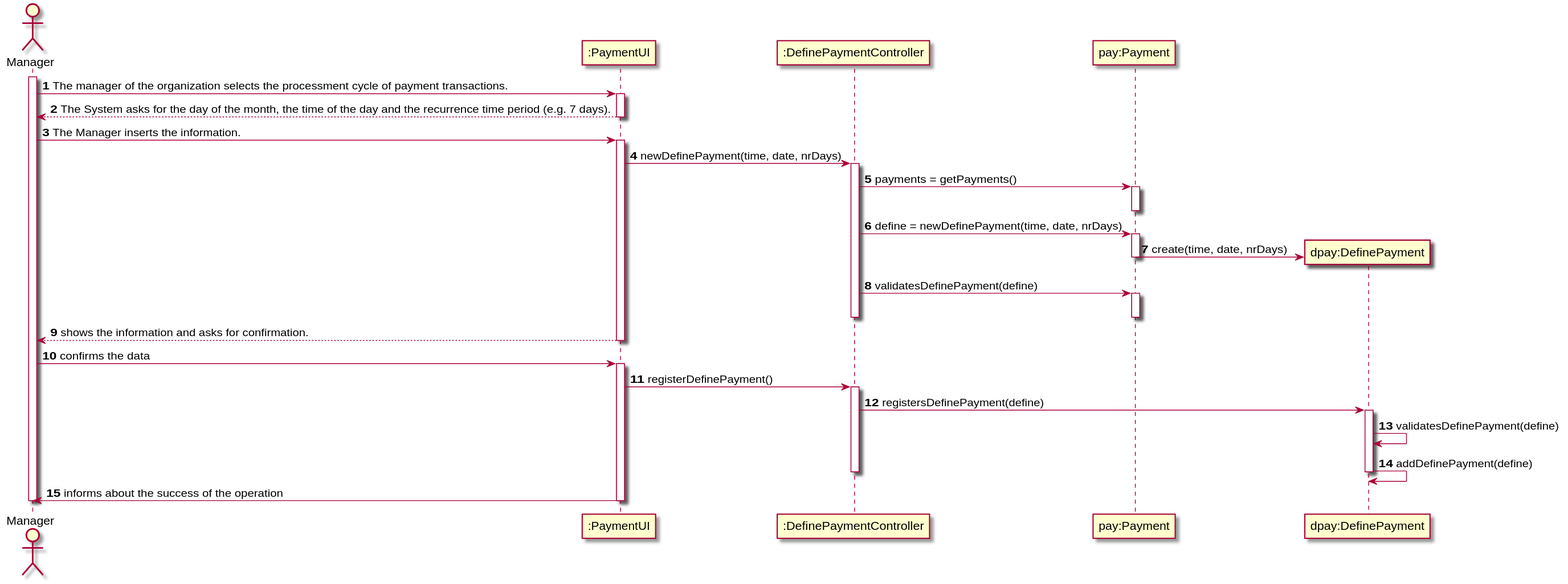
1190452/LAPR2 keeps this PlantUML diagram as docs/UC6 - Define Payment hour/UC6_SD.svg. Above is the earlier version.
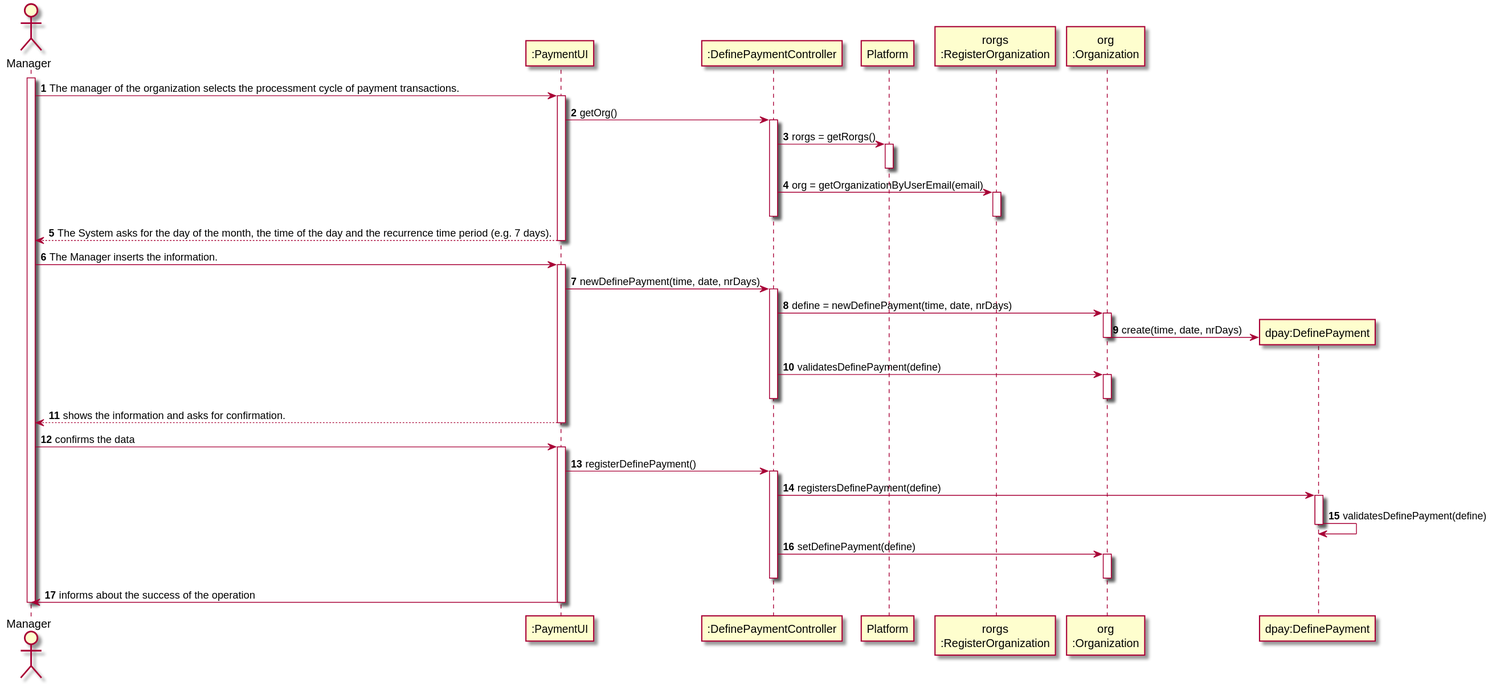
The same diagram one commit later.

What changed in the source:
```diff
@@ -4,13 +4,34 @@
 
 participant ":PaymentUI" as UI
 participant ":DefinePaymentController" as CTRL
-participant "pay:Payment" as PAY
+participant "Platform" as P
+participant "rorgs\n:RegisterOrganization" as RO
+participant "org\n:Organization" as O
 participant "dpay:DefinePayment" as DPAY
+
 
 
 activate ADM
 ADM -> UI : The manager of the organization selects the processment cycle of payment transactions.
 activate UI
+
+UI -> CTRL : getOrg()
+activate CTRL
+
+
+CTRL -> P : rorgs = getRorgs()
+activate P
+deactivate P
+
+
+CTRL -> RO : org = getOrganizationByUserEmail(email)
+activate RO
+deactivate RO
+
+
+
+deactivate CTRL
+
 UI --> ADM : The System asks for the day of the month, the time of the day and the recurrence time period (e.g. 7 days).
 deactivate UI
 
@@ -21,18 +42,14 @@
 activate CTRL
 
 
-CTRL -> PAY : payments = getPayments()
-activate PAY
-deactivate PAY
+CTRL -> O : define = newDefinePayment(time, date, nrDays)
+activate O
+O -> DPAY** : create(time, date, nrDays)
+deactivate O
 
-CTRL -> PAY : define = newDefinePayment(time, date, nrDays)
-activate PAY
-PAY -> DPAY** : create(time, date, nrDays)
-deactivate PAY
-
-CTRL -> PAY : validatesDefinePayment(define)
-activate PAY
-deactivate PAY
+CTRL -> O : validatesDefinePayment(define)
+activate O
+deactivate O
 
 deactivate CTRL
 
@@ -48,11 +65,17 @@
 CTRL -> DPAY : registersDefinePayment(define)
 activate DPAY
 DPAY -> DPAY : validatesDefinePayment(define)
-DPAY -> DPAY : addDefinePayment(define)
 deactivate DPAY
+CTRL -> O : setDefinePayment(define)
+activate O
+deactivate O
+
 deactivate CTRL
 
 UI -> ADM : informs about the success of the operation
 deactivate UI
 deactivate ADM
+
+
+
 @enduml
```
